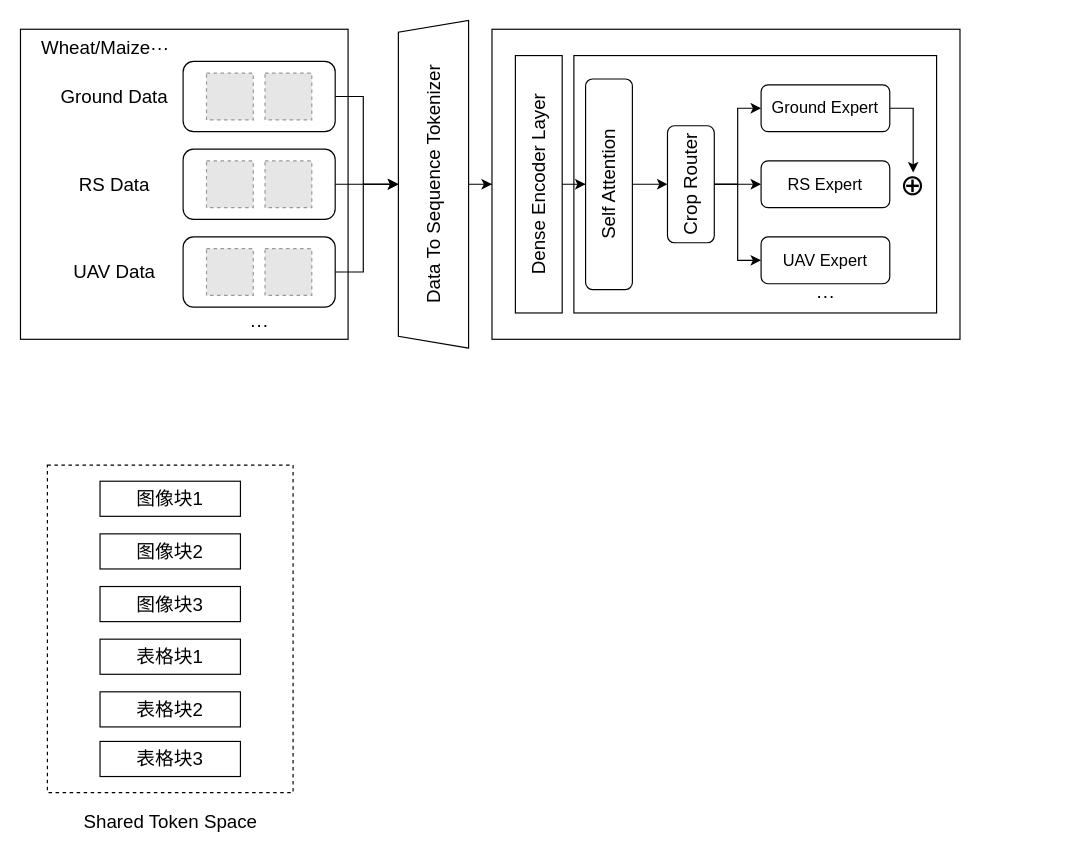
The draw.io diagram MoE_overview.drawio in caodonghui426/draw.io, before the edit. Source tidied: cells renumbered, new cells numbered last; positions are measured from the earlier drawing's top-left corner, leaving out a move shared by most shapes. Both pictures are drawn from the tidied source at 117%, with x=0, y=0 at pixel (20, 20). Pictures stored in the file or linked from it are replaced by grey dashed boxes.
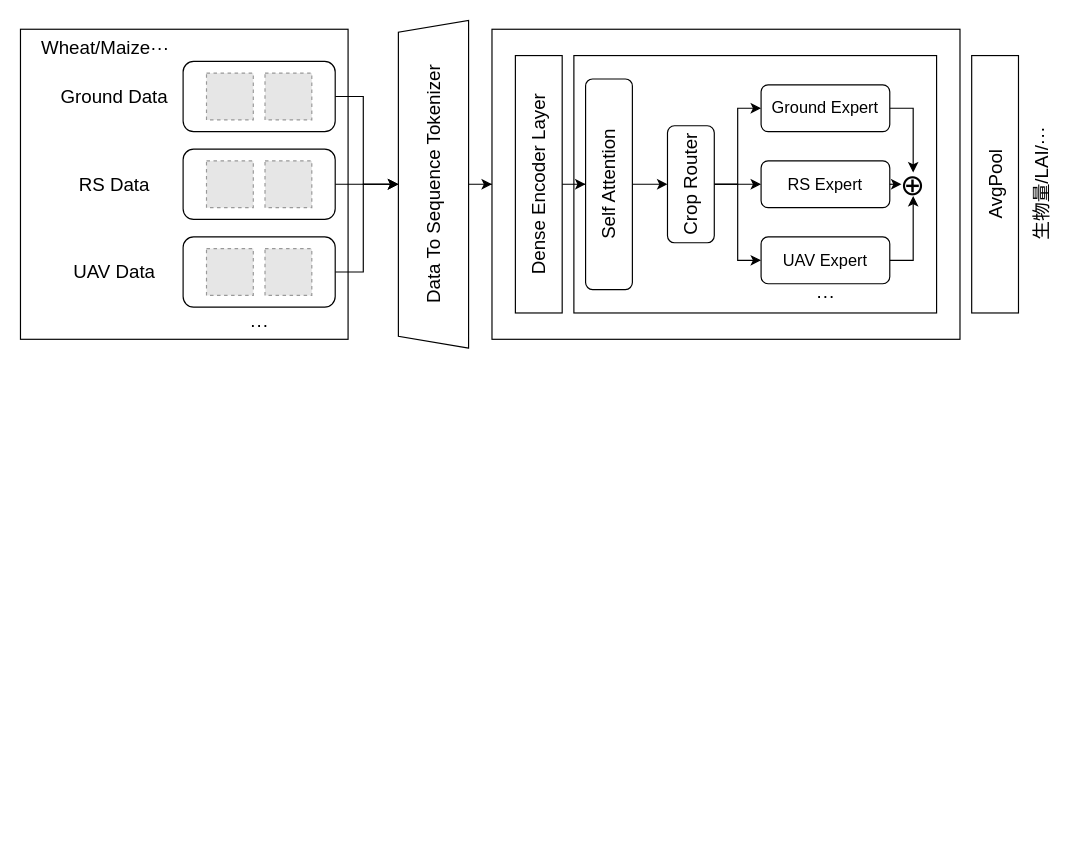
After the change.

Unchanged cells that the change refers to:
```xml
<mxCell id="42" value="UAV Expert" style="rounded=1;whiteSpace=wrap;html=1;horizontal=1;fontSize=14;" parent="1" vertex="1">
  <mxGeometry x="633" y="185" width="110" height="40" as="geometry" />
</mxCell>
<mxCell id="45" value="⊕" style="text;whiteSpace=wrap;html=1;align=center;verticalAlign=middle;fontSize=25;" parent="1" vertex="1">
  <mxGeometry x="753" y="130" width="20" height="20" as="geometry" />
</mxCell>
```

Change to the diagram source:
```diff
@@
-    <mxCell id="20" style="rounded=0;whiteSpace=wrap;html=1;dashed=1;strokeColor=default;strokeWidth=1;" parent="1" vertex="1">
-      <mxGeometry x="23" y="380" width="210" height="280" as="geometry" />
-    </mxCell>
@@
-    <mxCell id="22" value="Shared Token Space" style="text;html=1;align=center;verticalAlign=middle;strokeColor=none;fillColor=none;fontSize=16;" parent="1" vertex="1">
-      <mxGeometry x="43" y="670" width="170" height="30" as="geometry" />
-    </mxCell>
-    <mxCell id="23" value="图像块1" style="rounded=0;whiteSpace=wrap;html=1;fontSize=16;" parent="1" vertex="1">
-      <mxGeometry x="68" y="393.8" width="120" height="30" as="geometry" />
-    </mxCell>
-    <mxCell id="24" value="图像块2" style="rounded=0;whiteSpace=wrap;html=1;fontSize=16;" parent="1" vertex="1">
-      <mxGeometry x="68" y="438.8" width="120" height="30" as="geometry" />
-    </mxCell>
-    <mxCell id="25" value="图像块3" style="rounded=0;whiteSpace=wrap;html=1;fontSize=16;" parent="1" vertex="1">
-      <mxGeometry x="68" y="483.8" width="120" height="30" as="geometry" />
-    </mxCell>
-    <mxCell id="26" value="表格块1" style="rounded=0;whiteSpace=wrap;html=1;fontSize=16;" parent="1" vertex="1">
-      <mxGeometry x="68" y="528.8" width="120" height="30" as="geometry" />
-    </mxCell>
-    <mxCell id="27" value="表格块2" style="rounded=0;whiteSpace=wrap;html=1;fontSize=16;" parent="1" vertex="1">
-      <mxGeometry x="68" y="573.8" width="120" height="30" as="geometry" />
-    </mxCell>
-    <mxCell id="28" value="表格块3" style="rounded=0;whiteSpace=wrap;html=1;fontSize=16;" parent="1" vertex="1">
-      <mxGeometry x="68" y="616.2" width="120" height="30" as="geometry" />
-    </mxCell>
@@
+    <mxCell id="46" style="edgeStyle=orthogonalEdgeStyle;rounded=0;jettySize=auto;html=1;entryX=0.5;entryY=1;entryDx=0;entryDy=0;" parent="1" edge="1" source="42" target="45">
+      <mxGeometry relative="1" as="geometry" />
+    </mxCell>
@@
+    <mxCell id="47" style="edgeStyle=orthogonalEdgeStyle;rounded=0;jettySize=auto;html=1;entryX=0;entryY=0.5;entryDx=0;entryDy=0;" parent="1" edge="1" target="45">
+      <mxGeometry relative="1" as="geometry">
+        <mxPoint x="743" y="140" as="sourcePoint" />
+      </mxGeometry>
+    </mxCell>
+    <mxCell id="48" value="AvgPool" style="rounded=0;whiteSpace=wrap;html=1;horizontal=0;fontSize=16;" parent="1" vertex="1">
+      <mxGeometry x="813" y="30" width="40" height="220" as="geometry" />
+    </mxCell>
+    <mxCell id="49" value="生物量/LAI/···" style="text;html=1;align=center;verticalAlign=middle;strokeColor=none;fillColor=none;fontSize=16;rotation=270;" parent="1" vertex="1">
+      <mxGeometry x="813" y="125" width="120" height="30" as="geometry" />
+    </mxCell>
```
